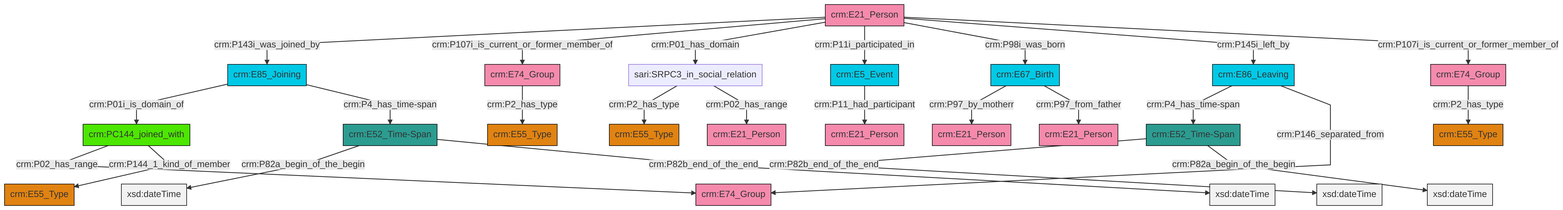
Above: et/personCSV/ttl/mmd/png/Person_Actor_Relations.png in swiss-art-research-net/docs.swissartresearch (Mermaid), before the change. Its source is kept beside it as et/personCSV/ttl/mmd/Person_Actor_Relations.ttl.mmd.
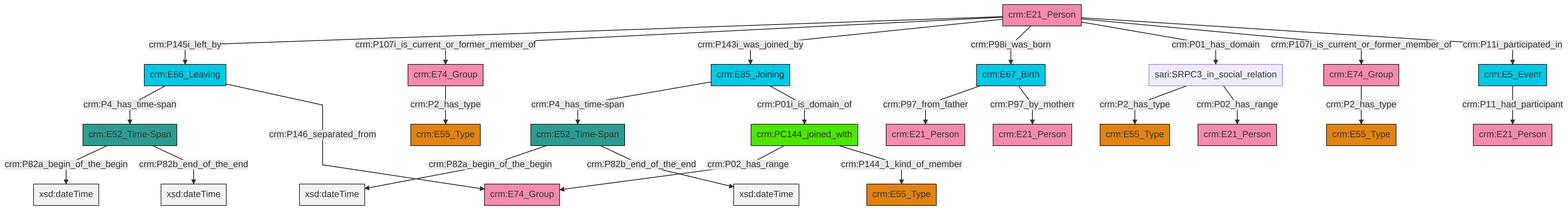
The same diagram one commit later.

The edit, as a diff of the source:
```diff
@@ -13,27 +13,27 @@
 classDef PC_Classes fill:#4ce600, stroke:#000000;
 classDef Multi fill:#cccccc,stroke:#000000;
 
-2["crm:E52_Time-Span"]:::Time-Span -->|crm:P82a_begin_of_the_begin| 3[xsd:dateTime]:::Literal
-4["crm:E85_Joining"]:::Temporal_Entity -->|crm:P01i_is_domain_of| 5["crm:PC144_joined_with"]:::PC_Classes
-6["crm:E74_Group"]:::Actor -->|crm:P2_has_type| 7["crm:E55_Type"]:::Type
-5["crm:PC144_joined_with"]:::PC_Classes -->|crm:P02_has_range| 14["crm:E74_Group"]:::Actor
-5["crm:PC144_joined_with"]:::PC_Classes -->|crm:P144_1_kind_of_member| 0["crm:E55_Type"]:::Type
-15["sari:SRPC3_in_social_relation"]:::Default -->|crm:P2_has_type| 12["crm:E55_Type"]:::Type
-4["crm:E85_Joining"]:::Temporal_Entity -->|crm:P4_has_time-span| 2["crm:E52_Time-Span"]:::Time-Span
-24["crm:E21_Person"]:::Actor -->|crm:P143i_was_joined_by| 4["crm:E85_Joining"]:::Temporal_Entity
-15["sari:SRPC3_in_social_relation"]:::Default -->|crm:P02_has_range| 28["crm:E21_Person"]:::Actor
-19["crm:E86_Leaving"]:::Temporal_Entity -->|crm:P4_has_time-span| 25["crm:E52_Time-Span"]:::Time-Span
-24["crm:E21_Person"]:::Actor -->|crm:P107i_is_current_or_former_member_of| 6["crm:E74_Group"]:::Actor
-9["crm:E67_Birth"]:::Temporal_Entity -->|crm:P97_by_motherr| 22["crm:E21_Person"]:::Actor
-25["crm:E52_Time-Span"]:::Time-Span -->|crm:P82b_end_of_the_end| 29[xsd:dateTime]:::Literal
-24["crm:E21_Person"]:::Actor -->|crm:P01_has_domain| 15["sari:SRPC3_in_social_relation"]:::Default
-33["crm:E74_Group"]:::Actor -->|crm:P2_has_type| 17["crm:E55_Type"]:::Type
-2["crm:E52_Time-Span"]:::Time-Span -->|crm:P82b_end_of_the_end| 41[xsd:dateTime]:::Literal
-24["crm:E21_Person"]:::Actor -->|crm:P11i_participated_in| 39["crm:E5_Event"]:::Temporal_Entity
-25["crm:E52_Time-Span"]:::Time-Span -->|crm:P82a_begin_of_the_begin| 42[xsd:dateTime]:::Literal
-24["crm:E21_Person"]:::Actor -->|crm:P98i_was_born| 9["crm:E67_Birth"]:::Temporal_Entity
-24["crm:E21_Person"]:::Actor -->|crm:P145i_left_by| 19["crm:E86_Leaving"]:::Temporal_Entity
-19["crm:E86_Leaving"]:::Temporal_Entity -->|crm:P146_separated_from| 14["crm:E74_Group"]:::Actor
-39["crm:E5_Event"]:::Temporal_Entity -->|crm:P11_had_participant| 35["crm:E21_Person"]:::Actor
-24["crm:E21_Person"]:::Actor -->|crm:P107i_is_current_or_former_member_of| 33["crm:E74_Group"]:::Actor
-9["crm:E67_Birth"]:::Temporal_Entity -->|crm:P97_from_father| 44["crm:E21_Person"]:::Actor
+4["crm:PC144_joined_with"]:::PC_Classes -->|crm:P02_has_range| 5["crm:E74_Group"]:::Actor
+8["crm:E67_Birth"]:::Temporal_Entity -->|crm:P97_from_father| 9["crm:E21_Person"]:::Actor
+14["crm:E5_Event"]:::Temporal_Entity -->|crm:P11_had_participant| 15["crm:E21_Person"]:::Actor
+2["crm:E21_Person"]:::Actor -->|crm:P145i_left_by| 16["crm:E86_Leaving"]:::Temporal_Entity
+2["crm:E21_Person"]:::Actor -->|crm:P107i_is_current_or_former_member_of| 17["crm:E74_Group"]:::Actor
+2["crm:E21_Person"]:::Actor -->|crm:P143i_was_joined_by| 6["crm:E85_Joining"]:::Temporal_Entity
+25["sari:SRPC3_in_social_relation"]:::Default -->|crm:P2_has_type| 21["crm:E55_Type"]:::Type
+17["crm:E74_Group"]:::Actor -->|crm:P2_has_type| 27["crm:E55_Type"]:::Type
+2["crm:E21_Person"]:::Actor -->|crm:P98i_was_born| 8["crm:E67_Birth"]:::Temporal_Entity
+8["crm:E67_Birth"]:::Temporal_Entity -->|crm:P97_by_motherr| 28["crm:E21_Person"]:::Actor
+6["crm:E85_Joining"]:::Temporal_Entity -->|crm:P4_has_time-span| 29["crm:E52_Time-Span"]:::Time-Span
+2["crm:E21_Person"]:::Actor -->|crm:P01_has_domain| 25["sari:SRPC3_in_social_relation"]:::Default
+10["crm:E52_Time-Span"]:::Time-Span -->|crm:P82a_begin_of_the_begin| 30[xsd:dateTime]:::Literal
+12["crm:E74_Group"]:::Actor -->|crm:P2_has_type| 18["crm:E55_Type"]:::Type
+4["crm:PC144_joined_with"]:::PC_Classes -->|crm:P144_1_kind_of_member| 0["crm:E55_Type"]:::Type
+6["crm:E85_Joining"]:::Temporal_Entity -->|crm:P01i_is_domain_of| 4["crm:PC144_joined_with"]:::PC_Classes
+25["sari:SRPC3_in_social_relation"]:::Default -->|crm:P02_has_range| 36["crm:E21_Person"]:::Actor
+16["crm:E86_Leaving"]:::Temporal_Entity -->|crm:P4_has_time-span| 10["crm:E52_Time-Span"]:::Time-Span
+29["crm:E52_Time-Span"]:::Time-Span -->|crm:P82a_begin_of_the_begin| 37[xsd:dateTime]:::Literal
+16["crm:E86_Leaving"]:::Temporal_Entity -->|crm:P146_separated_from| 5["crm:E74_Group"]:::Actor
+2["crm:E21_Person"]:::Actor -->|crm:P107i_is_current_or_former_member_of| 12["crm:E74_Group"]:::Actor
+29["crm:E52_Time-Span"]:::Time-Span -->|crm:P82b_end_of_the_end| 39[xsd:dateTime]:::Literal
+10["crm:E52_Time-Span"]:::Time-Span -->|crm:P82b_end_of_the_end| 40[xsd:dateTime]:::Literal
+2["crm:E21_Person"]:::Actor -->|crm:P11i_participated_in| 14["crm:E5_Event"]:::Temporal_Entity
```
